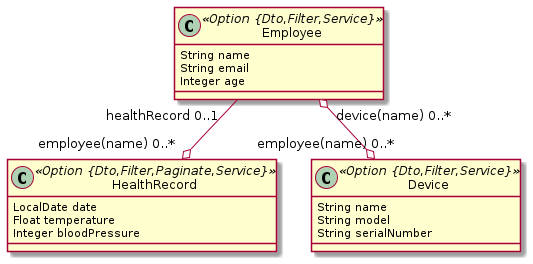
This is health.png from kevintanhongann/jhipster-jdl-collection, a PlantUML export, as it was before one commit.
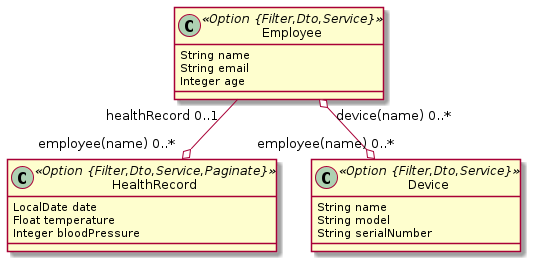
The same file after the commit.

What changed in the source:
```diff
@@ -1,17 +1,17 @@
 @startuml
 	!pragma syntax class
-	class Employee <<Option {Dto,Filter,Service}>> {
+	class Employee <<Option {Filter,Dto,Service}>> {
 		String name
 		String email
 		Integer age
 	}
-	class HealthRecord <<Option {Dto,Filter,Paginate,Service}>> {
+	class HealthRecord <<Option {Filter,Dto,Service,Paginate}>> {
 		LocalDate date
 		Float temperature
 		Integer bloodPressure
 	}
 	Employee  "healthRecord 0..1 " --o "employee(name) 0..* "  HealthRecord
-	class Device <<Option {Dto,Filter,Service}>> {
+	class Device <<Option {Filter,Dto,Service}>> {
 		String name
 		String model
 		String serialNumber
```
